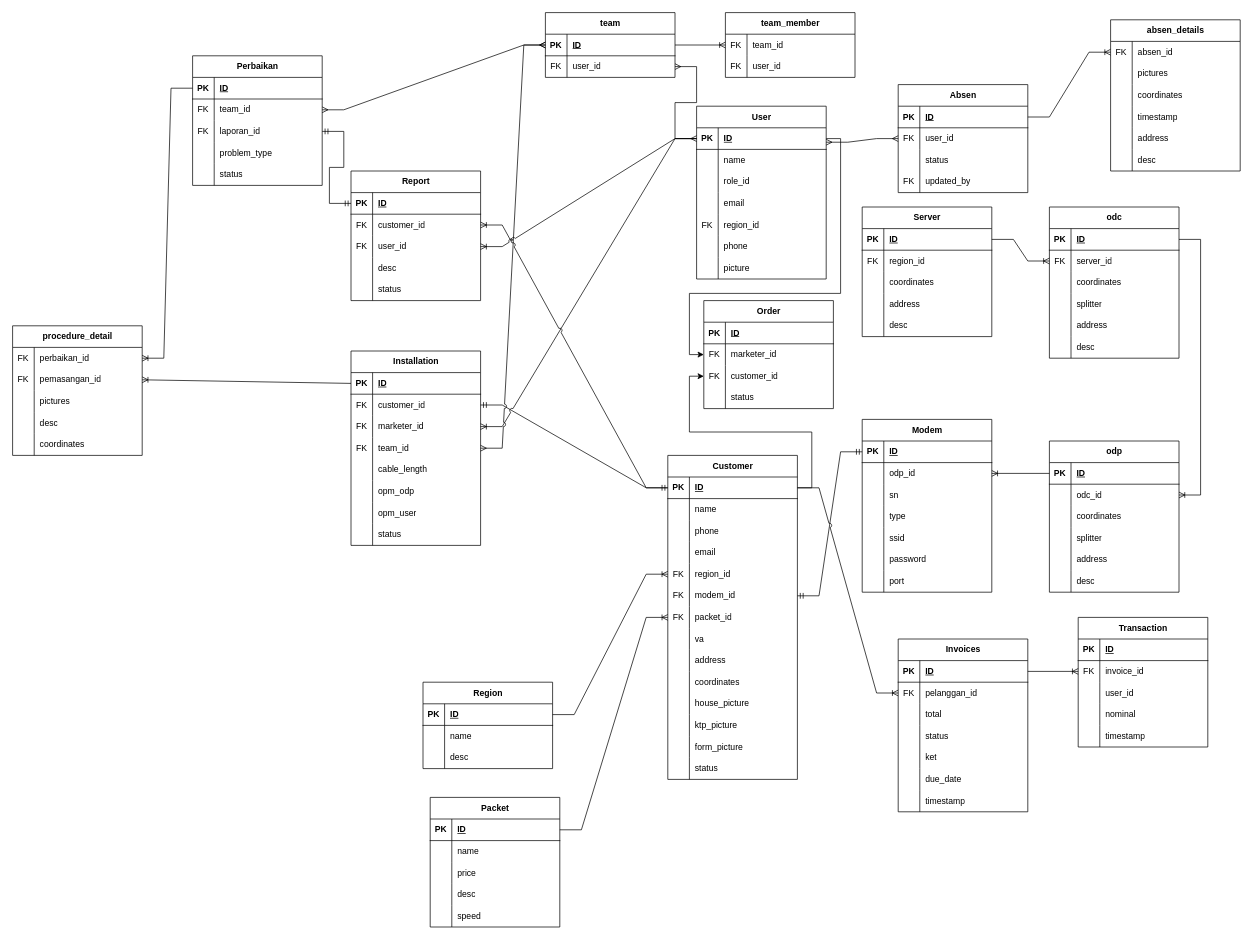
The draw.io diagram Untitled Diagram.drawio in muhamadArdalepa/big-diagrams, before the edit. Source tidied: cells renumbered, new cells numbered last; positions are measured from the earlier drawing's top-left corner, leaving out a move shared by most shapes. Both pictures are drawn from the tidied source at 72%, with x=0, y=0 at pixel (12, 12).
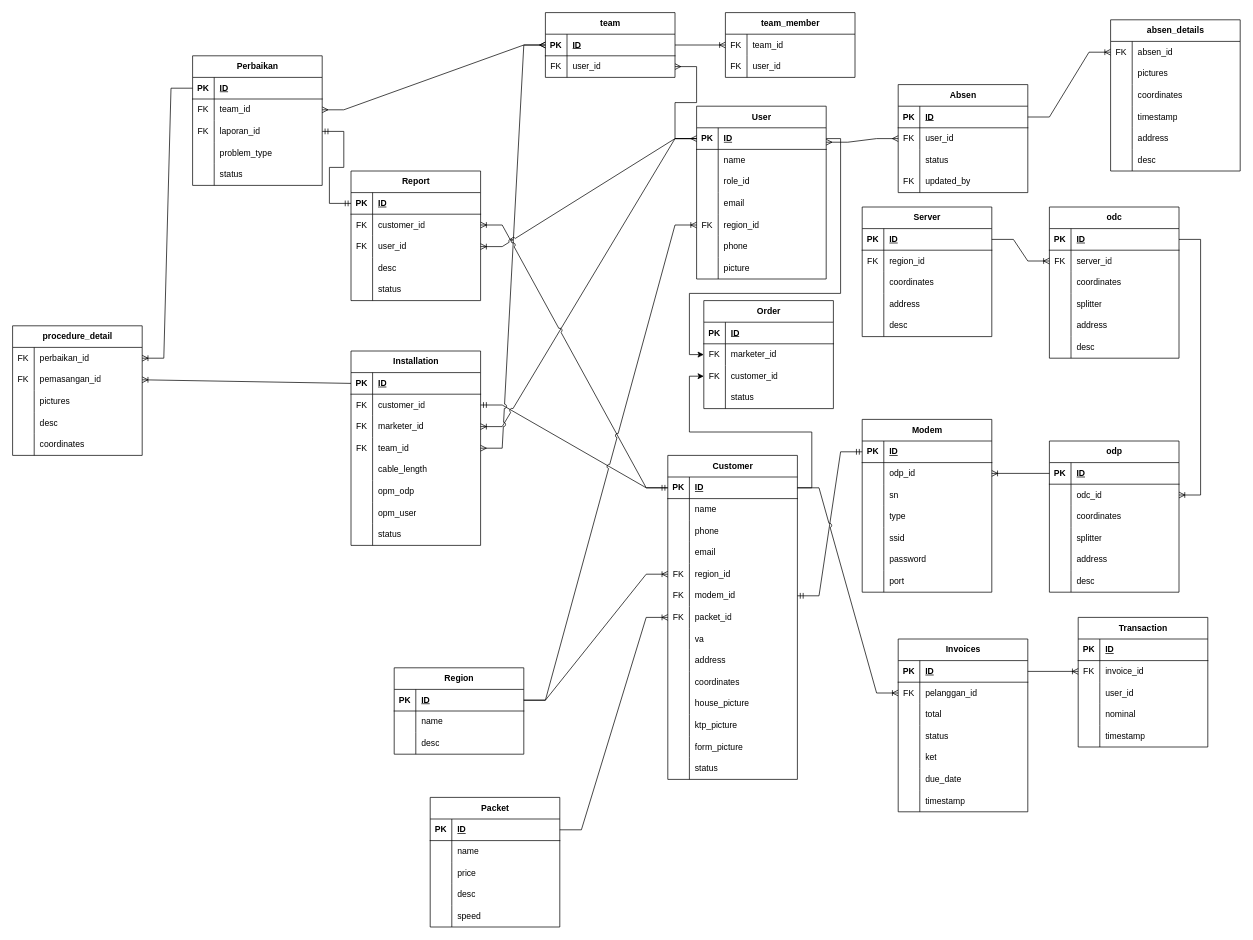
After the change.

The change refers to these unchanged cells:
```xml
<mxCell id="15" style="shape=tableRow;horizontal=0;startSize=0;swimlaneHead=0;swimlaneBody=0;fillColor=none;points=[[0,0.5],[1,0.5]];portConstraint=eastwest;top=0;left=0;right=0;bottom=0;" parent="2" vertex="1">
  <mxGeometry y="150" width="180" height="30" as="geometry" />
</mxCell>
<mxCell id="25" style="shape=tableRow;horizontal=0;startSize=0;swimlaneHead=0;swimlaneBody=0;fillColor=none;points=[[0,0.5],[1,0.5]];portConstraint=eastwest;top=0;left=0;right=0;bottom=1;" parent="24" vertex="1">
  <mxGeometry y="30" width="180" height="30" as="geometry" />
</mxCell>
```

The edit, as a diff of the source:
```diff
@@
     <mxCell id="24" value="Region" style="shape=table;startSize=30;childLayout=tableLayout;rowLines=0;fontStyle=1;align=center;html=1;" parent="1" vertex="1">
-      <mxGeometry x="570" y="930" width="180" height="120" as="geometry" />
+      <mxGeometry x="530" y="910" width="180" height="120" as="geometry" />
     </mxCell>
@@
+    <mxCell id="363" style="edgeStyle=entityRelationEdgeStyle;fontSize=12;html=1;endArrow=ERoneToMany;rounded=0;labelBackgroundColor=default;strokeColor=default;align=center;verticalAlign=middle;fontFamily=Helvetica;fontColor=default;shape=connector;jumpStyle=arc;entryX=0;entryY=0.5;entryDx=0;entryDy=0;exitX=1;exitY=0.5;exitDx=0;exitDy=0;" parent="1" edge="1" source="25" target="15">
+      <mxGeometry relative="1" as="geometry">
+        <Array as="points">
+          <mxPoint x="675" y="270" />
+          <mxPoint x="615" y="260" />
+          <mxPoint x="635" y="260" />
+          <mxPoint x="665" y="400" />
+        </Array>
+      </mxGeometry>
+    </mxCell>
```
